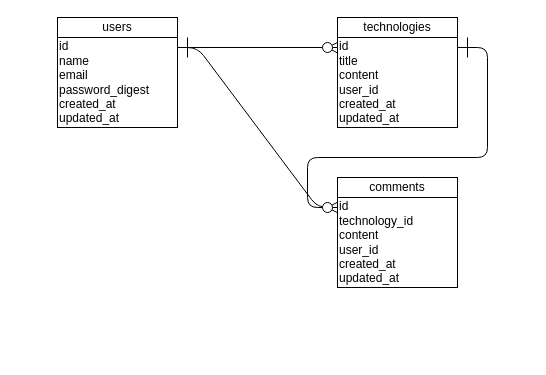
This is Untitled Diagram.drawio from yuuhei-koutoku/cts, a draw.io file, before an edit. Source tidied: cells renumbered, new cells numbered last; positions are measured from the earlier drawing's top-left corner, leaving out a move shared by most shapes. Both pictures are drawn from the tidied source at 100%, with x=0, y=0 at pixel (57, 17).
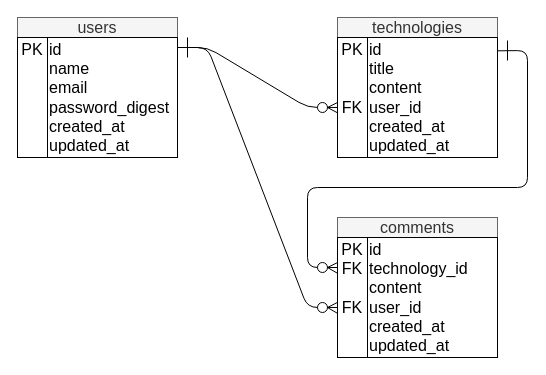
The same diagram, later.

The edit, as a diff of the source:
```diff
@@
-    <mxCell id="2" value="users" style="rounded=0;whiteSpace=wrap;html=1;" parent="1" vertex="1">
-      <mxGeometry width="120" height="20" as="geometry" />
+    <mxCell id="2" value="&lt;font style=&quot;font-size: 16px&quot;&gt;users&lt;/font&gt;" style="rounded=0;whiteSpace=wrap;html=1;fillColor=#f5f5f5;strokeColor=#666666;fontColor=#333333;" parent="1" vertex="1">
+      <mxGeometry x="-40" width="160" height="20" as="geometry" />
     </mxCell>
-    <mxCell id="3" value="id&lt;br&gt;name&lt;br&gt;email&lt;br&gt;password_digest&lt;br&gt;&lt;span style=&quot;&quot;&gt;created_at&lt;/span&gt;&lt;br style=&quot;&quot;&gt;&lt;span style=&quot;&quot;&gt;updated_at&lt;/span&gt;" style="rounded=0;whiteSpace=wrap;html=1;align=left;" parent="1" vertex="1">
-      <mxGeometry y="20" width="120" height="90" as="geometry" />
+    <mxCell id="3" value="id&lt;br style=&quot;font-size: 16px;&quot;&gt;name&lt;br style=&quot;font-size: 16px;&quot;&gt;email&lt;br style=&quot;font-size: 16px;&quot;&gt;password_digest&lt;br style=&quot;font-size: 16px;&quot;&gt;created_at&lt;br style=&quot;font-size: 16px;&quot;&gt;updated_at" style="rounded=0;align=left;spacingTop=0;spacing=2;spacingRight=0;spacingLeft=0;labelBorderColor=none;labelBackgroundColor=none;html=1;whiteSpace=wrap;horizontal=1;rotation=0;strokeWidth=1;perimeterSpacing=0;fontSize=16;" parent="1" vertex="1">
+      <mxGeometry x="-10" y="20" width="130" height="120" as="geometry" />
     </mxCell>
-    <mxCell id="4" value="technologies" style="rounded=0;whiteSpace=wrap;html=1;" parent="1" vertex="1">
-      <mxGeometry x="280" width="120" height="20" as="geometry" />
+    <mxCell id="4" value="&lt;font style=&quot;font-size: 16px&quot;&gt;technologies&lt;/font&gt;" style="rounded=0;whiteSpace=wrap;html=1;fillColor=#f5f5f5;strokeColor=#666666;fontColor=#333333;" parent="1" vertex="1">
+      <mxGeometry x="280" width="160" height="20" as="geometry" />
     </mxCell>
-    <mxCell id="5" value="id&lt;br&gt;title&lt;br&gt;content&lt;br&gt;user_id&lt;br&gt;created_at&lt;br&gt;updated_at" style="rounded=0;whiteSpace=wrap;html=1;align=left;" parent="1" vertex="1">
-      <mxGeometry x="280" y="20" width="120" height="90" as="geometry" />
+    <mxCell id="5" value="&lt;font style=&quot;font-size: 16px&quot;&gt;id&lt;br&gt;title&lt;br&gt;content&lt;br&gt;user_id&lt;br&gt;created_at&lt;br&gt;updated_at&lt;/font&gt;" style="rounded=0;whiteSpace=wrap;html=1;align=left;" parent="1" vertex="1">
+      <mxGeometry x="310" y="20" width="130" height="120" as="geometry" />
     </mxCell>
-    <mxCell id="6" value="comments" style="rounded=0;whiteSpace=wrap;html=1;" parent="1" vertex="1">
-      <mxGeometry x="280" y="160" width="120" height="20" as="geometry" />
+    <mxCell id="6" value="&lt;font style=&quot;font-size: 16px&quot;&gt;comments&lt;/font&gt;" style="rounded=0;whiteSpace=wrap;html=1;fillColor=#f5f5f5;strokeColor=#666666;fontColor=#333333;" parent="1" vertex="1">
+      <mxGeometry x="280" y="200" width="160" height="20" as="geometry" />
     </mxCell>
-    <mxCell id="7" value="id&lt;br&gt;technology_id&lt;br&gt;content&lt;br&gt;user_id&lt;br&gt;&lt;span style=&quot;&quot;&gt;created_at&lt;/span&gt;&lt;br style=&quot;&quot;&gt;&lt;span style=&quot;&quot;&gt;updated_at&lt;/span&gt;" style="rounded=0;whiteSpace=wrap;html=1;align=left;" parent="1" vertex="1">
-      <mxGeometry x="280" y="180" width="120" height="90" as="geometry" />
+    <mxCell id="7" value="&lt;font style=&quot;font-size: 16px&quot;&gt;id&lt;br&gt;technology_id&lt;br&gt;content&lt;br&gt;user_id&lt;br&gt;&lt;span&gt;created_at&lt;/span&gt;&lt;br&gt;&lt;span&gt;updated_at&lt;/span&gt;&lt;/font&gt;" style="rounded=0;whiteSpace=wrap;html=1;align=left;" parent="1" vertex="1">
+      <mxGeometry x="310" y="220" width="130" height="120" as="geometry" />
     </mxCell>
@@
-    <mxCell id="9" style="endArrow=none;html=1;exitX=1;exitY=0.111;exitDx=0;exitDy=0;exitPerimeter=0;entryX=0;entryY=0.111;entryDx=0;entryDy=0;entryPerimeter=0;" parent="1" edge="1" source="3" target="5">
-      <mxGeometry relative="1" as="geometry" />
-    </mxCell>
-    <mxCell id="10" style="endArrow=none;html=1;entryX=0;entryY=0.111;entryDx=0;entryDy=0;entryPerimeter=0;" parent="1" edge="1" target="7">
+    <mxCell id="10" style="endArrow=none;html=1;entryX=0;entryY=0.583;entryDx=0;entryDy=0;entryPerimeter=0;" parent="1" edge="1" target="21">
       <mxGeometry relative="1" as="geometry">
         <mxPoint x="120" y="30" as="sourcePoint" />
         <Array as="points">
-          <mxPoint x="140" y="30" />
-          <mxPoint x="260" y="190" />
+          <mxPoint x="150" y="30" />
+          <mxPoint x="250" y="290" />
         </Array>
       </mxGeometry>
     </mxCell>
-    <mxCell id="11" style="endArrow=none;html=1;entryX=1;entryY=0.111;entryDx=0;entryDy=0;entryPerimeter=0;" parent="1" edge="1" target="5">
+    <mxCell id="11" style="endArrow=none;html=1;entryX=1;entryY=0.111;entryDx=0;entryDy=0;entryPerimeter=0;exitX=0;exitY=0.25;exitDx=0;exitDy=0;" parent="1" edge="1" source="21" target="5">
       <mxGeometry relative="1" as="geometry">
-        <mxPoint x="280" y="190" as="sourcePoint" />
         <Array as="points">
-          <mxPoint x="250" y="190" />
-          <mxPoint x="250" y="140" />
-          <mxPoint x="430" y="140" />
-          <mxPoint x="430" y="30" />
+          <mxPoint x="250" y="250" />
+          <mxPoint x="250" y="170" />
+          <mxPoint x="470" y="170" />
+          <mxPoint x="470" y="33" />
         </Array>
       </mxGeometry>
     </mxCell>
@@
     <mxCell id="13" style="endArrow=none;html=1;" parent="1" edge="1">
       <mxGeometry relative="1" as="geometry">
-        <mxPoint x="410" y="40" as="sourcePoint" />
-        <mxPoint x="410" y="20" as="targetPoint" />
+        <mxPoint x="450" y="43" as="sourcePoint" />
+        <mxPoint x="450" y="23" as="targetPoint" />
+        <Array as="points">
+          <mxPoint x="450" y="43" />
+        </Array>
       </mxGeometry>
     </mxCell>
-    <mxCell id="14" style="endArrow=none;html=1;entryX=0.001;entryY=0.054;entryDx=0;entryDy=0;entryPerimeter=0;" parent="1" edge="1" target="5">
-      <mxGeometry relative="1" as="geometry">
-        <mxPoint x="270" y="30" as="sourcePoint" />
-      </mxGeometry>
-    </mxCell>
-    <mxCell id="15" style="endArrow=none;html=1;entryX=0;entryY=0.172;entryDx=0;entryDy=0;entryPerimeter=0;" parent="1" edge="1" target="5">
-      <mxGeometry relative="1" as="geometry">
-        <mxPoint x="270" y="30" as="sourcePoint" />
-      </mxGeometry>
-    </mxCell>
+    <mxCell id="20" value="&lt;font style=&quot;font-size: 16px&quot;&gt;PK&lt;br&gt;&lt;br&gt;&lt;br&gt;&lt;br&gt;&lt;br&gt;&lt;br&gt;&lt;/font&gt;" style="rounded=0;whiteSpace=wrap;html=1;" parent="1" vertex="1">
+      <mxGeometry x="-40" y="20" width="30" height="120" as="geometry" />
+    </mxCell>
+    <mxCell id="21" value="&lt;font style=&quot;font-size: 16px&quot;&gt;PK&lt;br&gt;FK&lt;br&gt;&lt;br&gt;FK&lt;br&gt;&lt;br&gt;&lt;br&gt;&lt;/font&gt;" style="rounded=0;whiteSpace=wrap;html=1;" parent="1" vertex="1">
+      <mxGeometry x="280" y="220" width="30" height="120" as="geometry" />
+    </mxCell>
+    <mxCell id="22" value="&lt;font style=&quot;font-size: 16px&quot;&gt;PK&lt;br&gt;&lt;br&gt;&lt;br&gt;FK&lt;br&gt;&lt;br&gt;&lt;br&gt;&lt;/font&gt;" style="rounded=0;whiteSpace=wrap;html=1;" parent="1" vertex="1">
+      <mxGeometry x="280" y="20" width="30" height="120" as="geometry" />
+    </mxCell>
+    <mxCell id="23" style="ellipse;whiteSpace=wrap;html=1;" parent="1" vertex="1">
+      <mxGeometry x="260" y="245" width="10" height="10" as="geometry" />
+    </mxCell>
+    <mxCell id="24" style="ellipse;whiteSpace=wrap;html=1;" parent="1" vertex="1">
+      <mxGeometry x="260" y="285" width="10" height="10" as="geometry" />
+    </mxCell>
+    <mxCell id="25" style="endArrow=none;html=1;fontSize=16;fontColor=#000000;entryX=0;entryY=0.583;entryDx=0;entryDy=0;entryPerimeter=0;" parent="1" edge="1" target="22">
+      <mxGeometry relative="1" as="geometry">
+        <mxPoint x="120" y="30" as="sourcePoint" />
+        <Array as="points">
+          <mxPoint x="150" y="30" />
+          <mxPoint x="250" y="90" />
+        </Array>
+      </mxGeometry>
+    </mxCell>
     <mxCell id="16" style="ellipse;whiteSpace=wrap;html=1;" parent="1" vertex="1">
-      <mxGeometry x="265" y="25" width="10" height="10" as="geometry" />
+      <mxGeometry x="260" y="85" width="10" height="10" as="geometry" />
     </mxCell>
-    <mxCell id="17" style="endArrow=none;html=1;entryX=-0.002;entryY=0.054;entryDx=0;entryDy=0;entryPerimeter=0;" parent="1" edge="1" target="7">
-      <mxGeometry relative="1" as="geometry">
-        <mxPoint x="270" y="190" as="sourcePoint" />
-      </mxGeometry>
-    </mxCell>
-    <mxCell id="18" style="endArrow=none;html=1;entryX=0;entryY=0.169;entryDx=0;entryDy=0;entryPerimeter=0;" parent="1" edge="1" target="7">
-      <mxGeometry relative="1" as="geometry">
-        <mxPoint x="270" y="190" as="sourcePoint" />
-      </mxGeometry>
-    </mxCell>
-    <mxCell id="19" style="ellipse;whiteSpace=wrap;html=1;" parent="1" vertex="1">
-      <mxGeometry x="265" y="185" width="10" height="10" as="geometry" />
-    </mxCell>
+    <mxCell id="26" style="endArrow=none;html=1;fontSize=16;fontColor=#000000;exitX=1;exitY=0.5;exitDx=0;exitDy=0;entryX=-0.002;entryY=0.542;entryDx=0;entryDy=0;entryPerimeter=0;" parent="1" edge="1" source="16" target="22">
+      <mxGeometry relative="1" as="geometry" />
+    </mxCell>
+    <mxCell id="27" style="endArrow=none;html=1;fontSize=16;fontColor=#000000;entryX=0.004;entryY=0.628;entryDx=0;entryDy=0;entryPerimeter=0;" parent="1" edge="1" target="22">
+      <mxGeometry relative="1" as="geometry">
+        <mxPoint x="270" y="90" as="sourcePoint" />
+      </mxGeometry>
+    </mxCell>
+    <mxCell id="28" style="endArrow=none;html=1;fontSize=16;fontColor=#000000;exitX=1;exitY=0.5;exitDx=0;exitDy=0;entryX=-0.001;entryY=0.209;entryDx=0;entryDy=0;entryPerimeter=0;" parent="1" edge="1" source="23" target="21">
+      <mxGeometry relative="1" as="geometry" />
+    </mxCell>
+    <mxCell id="29" style="endArrow=none;html=1;fontSize=16;fontColor=#000000;entryX=-0.002;entryY=0.298;entryDx=0;entryDy=0;entryPerimeter=0;" parent="1" edge="1" target="21">
+      <mxGeometry relative="1" as="geometry">
+        <mxPoint x="270" y="250" as="sourcePoint" />
+      </mxGeometry>
+    </mxCell>
+    <mxCell id="30" style="endArrow=none;html=1;fontSize=16;fontColor=#000000;exitX=1;exitY=0.5;exitDx=0;exitDy=0;entryX=-0.001;entryY=0.541;entryDx=0;entryDy=0;entryPerimeter=0;" parent="1" edge="1" source="24" target="21">
+      <mxGeometry relative="1" as="geometry" />
+    </mxCell>
+    <mxCell id="31" style="endArrow=none;html=1;fontSize=16;fontColor=#000000;entryX=-0.001;entryY=0.632;entryDx=0;entryDy=0;entryPerimeter=0;" parent="1" edge="1" target="21">
+      <mxGeometry relative="1" as="geometry">
+        <mxPoint x="270" y="290" as="sourcePoint" />
+      </mxGeometry>
+    </mxCell>
```
